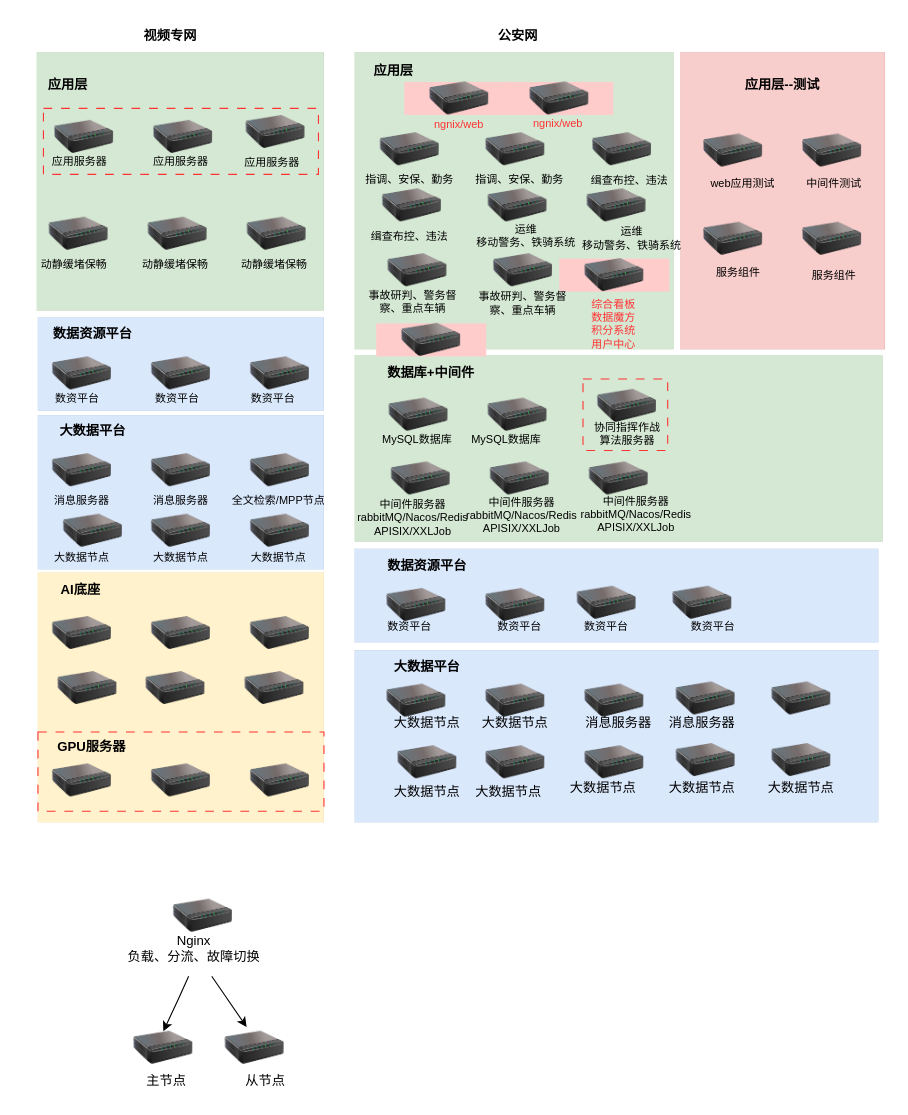
Above: page "第 1 页" (1 of 5) of 20230326.drawio in bj-ehualu/drawio (draw.io), before the change. Source tidied: cells renumbered, new cells numbered last; positions are measured from the earlier drawing's top-left corner, leaving out a move shared by most shapes. Both pictures are drawn from the tidied source at 110%, with x=0, y=0 at pixel (19, 19).
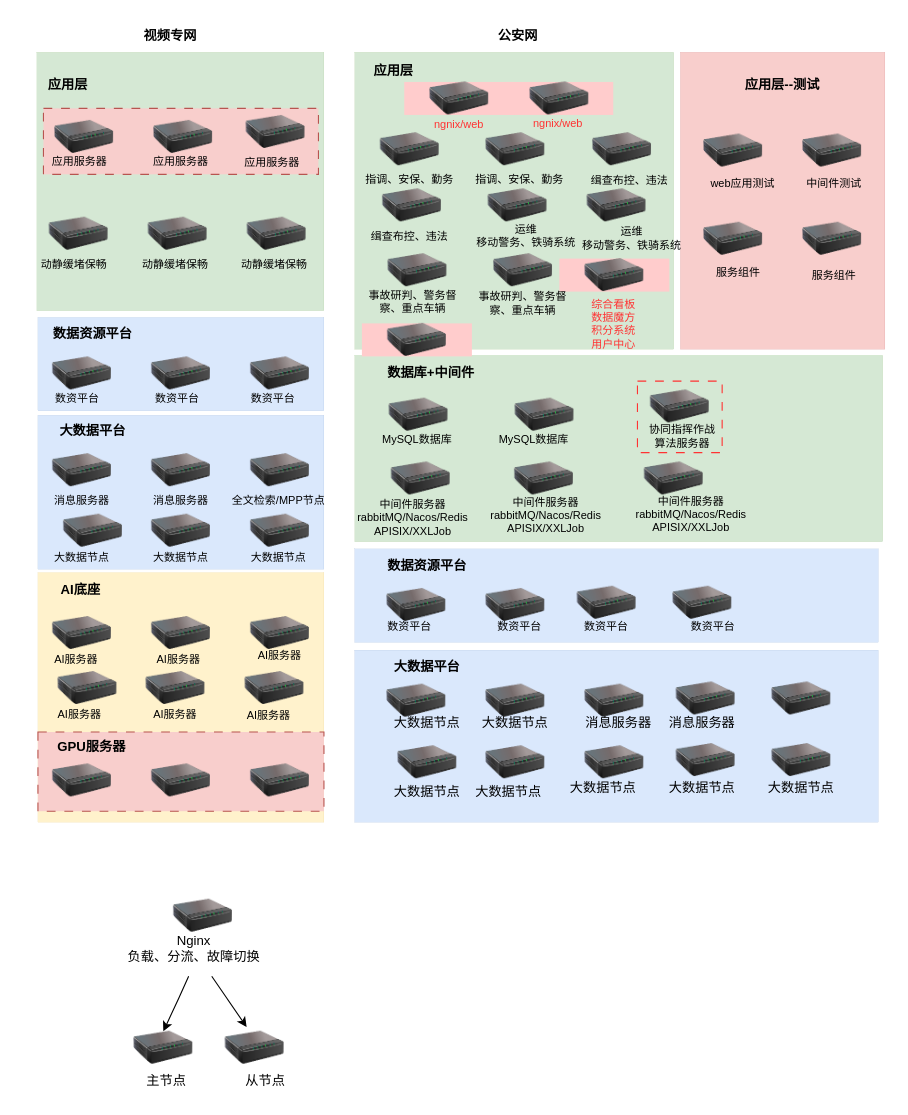
The same diagram, later.

Commit message:
喀什项目服务器分配更新

What changed in the source:
```diff
@@
-    <mxCell id="4" style="rounded=0;whiteSpace=wrap;html=1;dashed=1;dashPattern=8 8;strokeColor=#FF3333;fillColor=none;" parent="1" vertex="1">
+    <mxCell id="4" style="rounded=0;whiteSpace=wrap;html=1;dashed=1;dashPattern=8 8;strokeColor=#b85450;fillColor=#f8cecc;" parent="1" vertex="1">
       <mxGeometry x="22" y="81" width="250" height="60" as="geometry" />
     </mxCell>
-    <mxCell id="5" style="rounded=0;whiteSpace=wrap;html=1;dashed=1;dashPattern=8 8;strokeColor=#FF3333;fillColor=none;" parent="1" vertex="1">
+    <mxCell id="5" style="rounded=0;whiteSpace=wrap;html=1;dashed=1;dashPattern=8 8;strokeColor=#b85450;fillColor=#f8cecc;" parent="1" vertex="1">
       <mxGeometry x="17" y="648" width="260" height="72" as="geometry" />
     </mxCell>
@@
     <mxCell id="96" style="image;html=1;image=img/lib/clip_art/networking/Print_Server_128x128.png;fillColor=#d5e8d4;strokeColor=#82b366;" parent="1" vertex="1">
-      <mxGeometry x="403" y="344.5" width="100" height="30" as="geometry" />
+      <mxGeometry x="427.5" y="344.5" width="100" height="30" as="geometry" />
     </mxCell>
@@
     <mxCell id="99" style="image;html=1;image=img/lib/clip_art/networking/Print_Server_128x128.png;fillColor=#d5e8d4;strokeColor=#82b366;verticalAlign=middle;" parent="1" vertex="1">
-      <mxGeometry x="405" y="402.5" width="100" height="30" as="geometry" />
+      <mxGeometry x="427" y="402.5" width="100" height="30" as="geometry" />
     </mxCell>
     <mxCell id="100" style="image;html=1;image=img/lib/clip_art/networking/Print_Server_128x128.png;fillColor=#d5e8d4;strokeColor=#82b366;verticalAlign=middle;" parent="1" vertex="1">
-      <mxGeometry x="495" y="402.5" width="100" height="30" as="geometry" />
+      <mxGeometry x="545" y="402.5" width="100" height="30" as="geometry" />
     </mxCell>
@@
     <mxCell id="102" value="MySQL数据库" style="text;html=1;align=center;verticalAlign=middle;whiteSpace=wrap;rounded=0;fontSize=10;" parent="1" vertex="1">
-      <mxGeometry x="393" y="366.5" width="100" height="30" as="geometry" />
+      <mxGeometry x="417.5" y="366.5" width="100" height="30" as="geometry" />
     </mxCell>
@@
     <mxCell id="112" value="协同指挥作战&lt;div&gt;算法服务器&lt;/div&gt;" style="text;html=1;align=center;verticalAlign=middle;whiteSpace=wrap;rounded=0;fontSize=10;" parent="1" vertex="1">
-      <mxGeometry x="503" y="362" width="100" height="30" as="geometry" />
+      <mxGeometry x="552.5" y="364" width="100" height="30" as="geometry" />
     </mxCell>
     <mxCell id="113" style="rounded=0;whiteSpace=wrap;html=1;dashed=1;dashPattern=8 8;strokeColor=#FF3333;fillColor=none;" parent="1" vertex="1">
-      <mxGeometry x="512.5" y="327" width="77" height="65" as="geometry" />
+      <mxGeometry x="562" y="329" width="77" height="65" as="geometry" />
     </mxCell>
     <mxCell id="114" style="image;html=1;image=img/lib/clip_art/networking/Print_Server_128x128.png;fillColor=#d5e8d4;strokeColor=#82b366;" parent="1" vertex="1">
-      <mxGeometry x="502.5" y="336.5" width="100" height="30" as="geometry" />
+      <mxGeometry x="550.5" y="337" width="100" height="30" as="geometry" />
     </mxCell>
@@
     <mxCell id="128" value="中间件服务器&lt;div&gt;rabbitMQ/Nacos/Redis&lt;/div&gt;&lt;div&gt;APISIX/XXLJob&lt;/div&gt;&lt;div&gt;&lt;br&gt;&lt;/div&gt;" style="text;html=1;align=center;verticalAlign=middle;whiteSpace=wrap;rounded=0;fontSize=10;" parent="1" vertex="1">
-      <mxGeometry x="406.5" y="436.5" width="100" height="40.5" as="geometry" />
+      <mxGeometry x="428.5" y="436.5" width="100" height="40.5" as="geometry" />
     </mxCell>
     <mxCell id="129" value="中间件服务器&lt;div&gt;rabbitMQ/Nacos/Redis&lt;/div&gt;&lt;div&gt;APISIX/XXLJob&lt;/div&gt;&lt;div&gt;&lt;br&gt;&lt;/div&gt;" style="text;html=1;align=center;verticalAlign=middle;whiteSpace=wrap;rounded=0;fontSize=10;" parent="1" vertex="1">
-      <mxGeometry x="511" y="436" width="100" height="40.5" as="geometry" />
+      <mxGeometry x="561" y="436" width="100" height="40.5" as="geometry" />
     </mxCell>
@@
     <mxCell id="142" style="image;html=1;image=img/lib/clip_art/networking/Print_Server_128x128.png;fillColor=#d5e8d4;strokeColor=#82b366;imageBackground=#FFCCCC;" parent="1" vertex="1">
-      <mxGeometry x="324.5" y="276.5" width="100" height="30" as="geometry" />
+      <mxGeometry x="311.5" y="276.5" width="100" height="30" as="geometry" />
     </mxCell>
+    <mxCell id="143" value="AI服务器" style="text;html=1;align=center;verticalAlign=middle;whiteSpace=wrap;rounded=0;fontSize=10;" parent="1" vertex="1">
+      <mxGeometry x="17" y="566.5" width="70" height="30" as="geometry" />
+    </mxCell>
+    <mxCell id="144" value="AI服务器" style="text;html=1;align=center;verticalAlign=middle;whiteSpace=wrap;rounded=0;fontSize=10;" parent="1" vertex="1">
+      <mxGeometry x="110" y="566.5" width="70" height="30" as="geometry" />
+    </mxCell>
+    <mxCell id="145" value="AI服务器" style="text;html=1;align=center;verticalAlign=middle;whiteSpace=wrap;rounded=0;fontSize=10;" parent="1" vertex="1">
+      <mxGeometry x="202" y="563" width="70" height="30" as="geometry" />
+    </mxCell>
+    <mxCell id="146" value="AI服务器" style="text;html=1;align=center;verticalAlign=middle;whiteSpace=wrap;rounded=0;fontSize=10;" parent="1" vertex="1">
+      <mxGeometry x="192" y="618" width="70" height="30" as="geometry" />
+    </mxCell>
+    <mxCell id="147" value="AI服务器" style="text;html=1;align=center;verticalAlign=middle;whiteSpace=wrap;rounded=0;fontSize=10;" parent="1" vertex="1">
+      <mxGeometry x="107" y="617" width="70" height="30" as="geometry" />
+    </mxCell>
+    <mxCell id="148" value="AI服务器" style="text;html=1;align=center;verticalAlign=middle;whiteSpace=wrap;rounded=0;fontSize=10;" parent="1" vertex="1">
+      <mxGeometry x="20" y="617" width="70" height="30" as="geometry" />
+    </mxCell>
```
